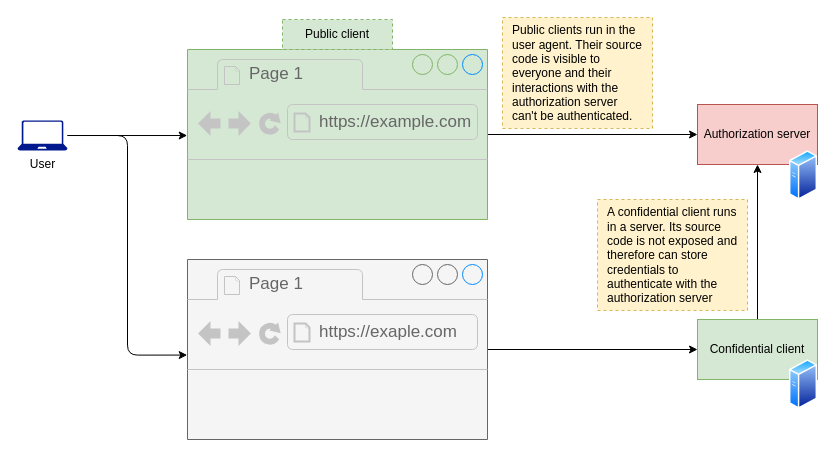
Before: page "10.6" (6 of 15) of ch10.drawio in abunuwas/api-sec-book-imgs, a draw.io diagram. Source tidied: cells renumbered, new cells numbered last; positions are measured from the earlier drawing's top-left corner, leaving out a move shared by most shapes. Both pictures are drawn from the tidied source at 100%, with x=0, y=0 at pixel (17, 17).
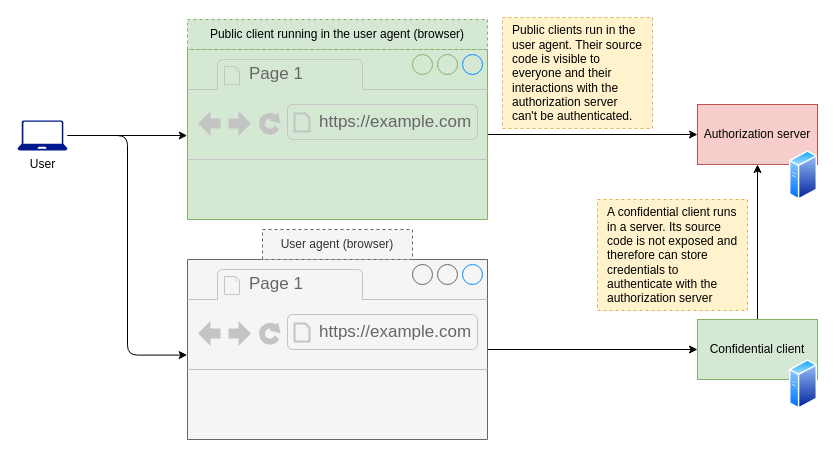
The same page after the edit.

The change refers to these unchanged cells:
```xml
<mxCell id="12" style="strokeWidth=1;shadow=0;dashed=0;align=center;html=1;shape=mxgraph.mockup.containers.browserWindow;rSize=0;strokeColor=#666666;strokeColor2=#008cff;strokeColor3=#c4c4c4;mainText=,;fillColor=#f5f5f5;fontColor=#333333;" parent="1" vertex="1">
  <mxGeometry x="170" y="242" width="300" height="180" as="geometry" />
</mxCell>
```

Diff of the diagram source:
```diff
@@
-    <mxCell id="14" value="https://exaple.com" style="strokeWidth=1;shadow=0;dashed=0;align=center;html=1;shape=mxgraph.mockup.containers.anchor;rSize=0;fontSize=17;fontColor=#666666;align=left;" parent="12" vertex="1">
+    <mxCell id="14" value="https://example.com" style="strokeWidth=1;shadow=0;dashed=0;align=center;html=1;shape=mxgraph.mockup.containers.anchor;rSize=0;fontSize=17;fontColor=#666666;align=left;" parent="12" vertex="1">
       <mxGeometry x="130" y="60" width="250" height="26" as="geometry" />
     </mxCell>
@@
-    <mxCell id="19" value="Public client" style="text;html=1;align=center;verticalAlign=middle;whiteSpace=wrap;rounded=0;strokeColor=#82b366;dashed=1;fillColor=#d5e8d4;" parent="1" vertex="1">
-      <mxGeometry x="265" y="2" width="110" height="30" as="geometry" />
+    <mxCell id="19" value="Public client running in the user agent (browser)" style="text;html=1;align=center;verticalAlign=middle;whiteSpace=wrap;rounded=0;strokeColor=#82b366;dashed=1;fillColor=#d5e8d4;" parent="1" vertex="1">
+      <mxGeometry x="170" y="2" width="300" height="30" as="geometry" />
     </mxCell>
@@
+    <mxCell id="21" value="User agent (browser)" style="text;html=1;align=center;verticalAlign=middle;whiteSpace=wrap;rounded=0;strokeColor=#666666;dashed=1;fillColor=#f5f5f5;fontColor=#333333;" parent="1" vertex="1">
+      <mxGeometry x="245" y="212" width="150" height="30" as="geometry" />
+    </mxCell>
```
